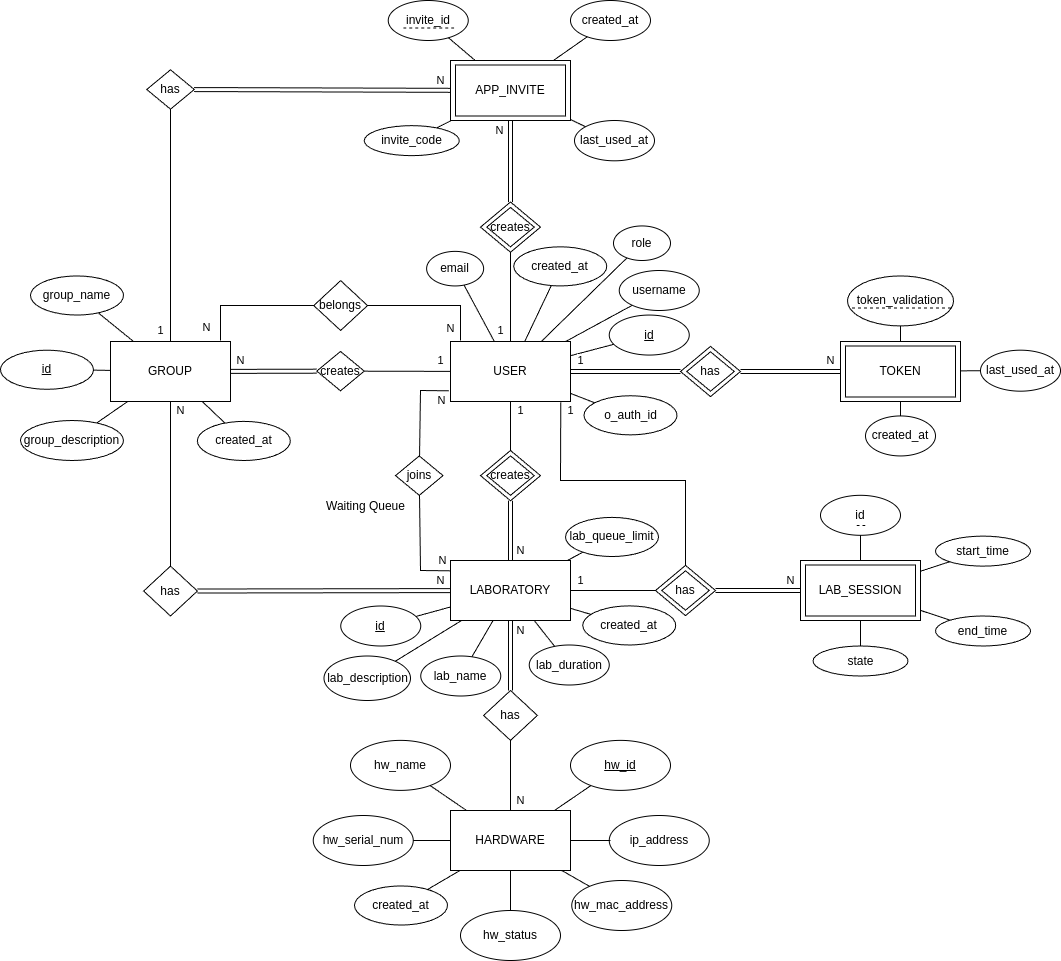
This is img/ERDiagramRL.drawio.png from isel-remote-lab/documentation, a draw.io export, as it was before one commit. Source tidied: cells renumbered, new cells last; positions are measured from the earlier drawing's top-left corner, leaving out a move shared by most shapes.
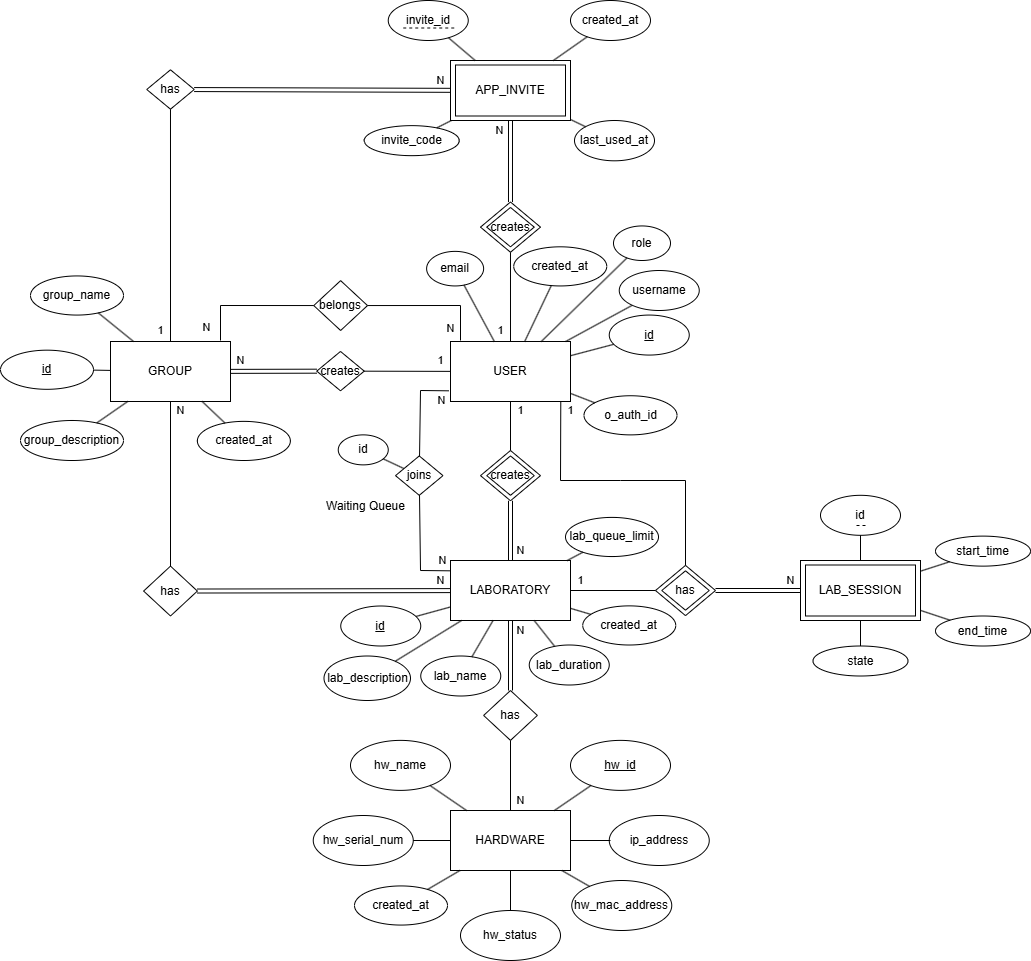
The same diagram one commit later.

What changed in the source:
```diff
@@ -80,45 +80,6 @@
     <mxCell id="26" style="endArrow=none;html=1;rounded=0;" parent="1" edge="1" source="25" target="20">
       <mxGeometry relative="1" as="geometry" />
     </mxCell>
-    <mxCell id="27" value="token_validation" style="ellipse;whiteSpace=wrap;html=1;" parent="1" vertex="1">
-      <mxGeometry x="847" y="275.4" width="106" height="50" as="geometry" />
-    </mxCell>
-    <mxCell id="28" style="endArrow=none;dashed=1;html=1;rounded=0;" parent="1" edge="1">
-      <mxGeometry relative="1" as="geometry">
-        <mxPoint x="950.5" y="307.4" as="sourcePoint" />
-        <mxPoint x="849.5" y="307.4" as="targetPoint" />
-      </mxGeometry>
-    </mxCell>
-    <mxCell id="29" style="endArrow=none;html=1;rounded=0;" parent="1" edge="1" source="36" target="27">
-      <mxGeometry relative="1" as="geometry" />
-    </mxCell>
-    <mxCell id="30" value="created_at" style="ellipse;whiteSpace=wrap;html=1;fontStyle=0;" parent="1" vertex="1">
-      <mxGeometry x="865" y="415.4" width="70" height="40" as="geometry" />
-    </mxCell>
-    <mxCell id="31" style="endArrow=none;html=1;rounded=0;" parent="1" edge="1" source="36" target="30">
-      <mxGeometry relative="1" as="geometry" />
-    </mxCell>
-    <mxCell id="32" value="last_used_at" style="ellipse;whiteSpace=wrap;html=1;fontStyle=0;" parent="1" vertex="1">
-      <mxGeometry x="980" y="349.7" width="80" height="41" as="geometry" />
-    </mxCell>
-    <mxCell id="33" style="endArrow=none;html=1;rounded=0;" parent="1" edge="1" source="36" target="32">
-      <mxGeometry relative="1" as="geometry" />
-    </mxCell>
-    <mxCell id="34" value="creates" style="rhombus;whiteSpace=wrap;html=1;" parent="1" vertex="1">
-      <mxGeometry x="680" y="345.9" width="60" height="50.2" as="geometry" />
-    </mxCell>
-    <mxCell id="35" value="has" style="rhombus;whiteSpace=wrap;html=1;" parent="1" vertex="1">
-      <mxGeometry x="686.2" y="351.3" width="47.5" height="39.4" as="geometry" />
-    </mxCell>
-    <mxCell id="36" value="USER" style="rounded=0;whiteSpace=wrap;html=1;" parent="1" vertex="1">
-      <mxGeometry x="840" y="341" width="120" height="60" as="geometry" />
-    </mxCell>
-    <mxCell id="37" value="TOKEN" style="rounded=0;whiteSpace=wrap;html=1;" parent="1" vertex="1">
-      <mxGeometry x="845" y="345.5" width="110" height="51" as="geometry" />
-    </mxCell>
-    <mxCell id="38" value="1" style="shape=link;html=1;rounded=0;" parent="1" edge="1" source="2" target="34">
-      <mxGeometry x="-0.82" y="11" relative="1" as="geometry" />
-    </mxCell>
     <mxCell id="39" value="o_auth_id" style="ellipse;whiteSpace=wrap;html=1;fontStyle=0;" parent="1" vertex="1">
       <mxGeometry x="583.5" y="395.2" width="93" height="39.1" as="geometry" />
     </mxCell>
@@ -302,9 +263,6 @@
     <mxCell id="90" style="endArrow=none;html=1;rounded=0;" parent="1" edge="1" source="20" target="89">
       <mxGeometry relative="1" as="geometry" />
     </mxCell>
-    <mxCell id="91" value="N" style="shape=link;html=1;rounded=0;" parent="1" edge="1" source="34" target="36">
-      <mxGeometry x="0.8" y="11" relative="1" as="geometry" />
-    </mxCell>
     <mxCell id="92" value="1" style="endArrow=none;html=1;rounded=0;" parent="1" edge="1" source="2" target="8">
       <mxGeometry x="-0.75" y="10" relative="1" as="geometry" />
     </mxCell>
@@ -388,5 +346,11 @@
     <mxCell id="118" style="endArrow=none;html=1;" parent="1" edge="1" source="20" target="117">
       <mxGeometry relative="1" as="geometry" />
     </mxCell>
+    <mxCell id="119" value="id" style="ellipse;whiteSpace=wrap;html=1;" parent="1" vertex="1">
+      <mxGeometry x="337.8" y="434.4" width="50" height="30" as="geometry" />
+    </mxCell>
+    <mxCell id="120" style="endArrow=none;html=1;rounded=0;" parent="1" edge="1" source="119" target="85">
+      <mxGeometry relative="1" as="geometry" />
+    </mxCell>
   </root>
 </mxGraphModel>
```
